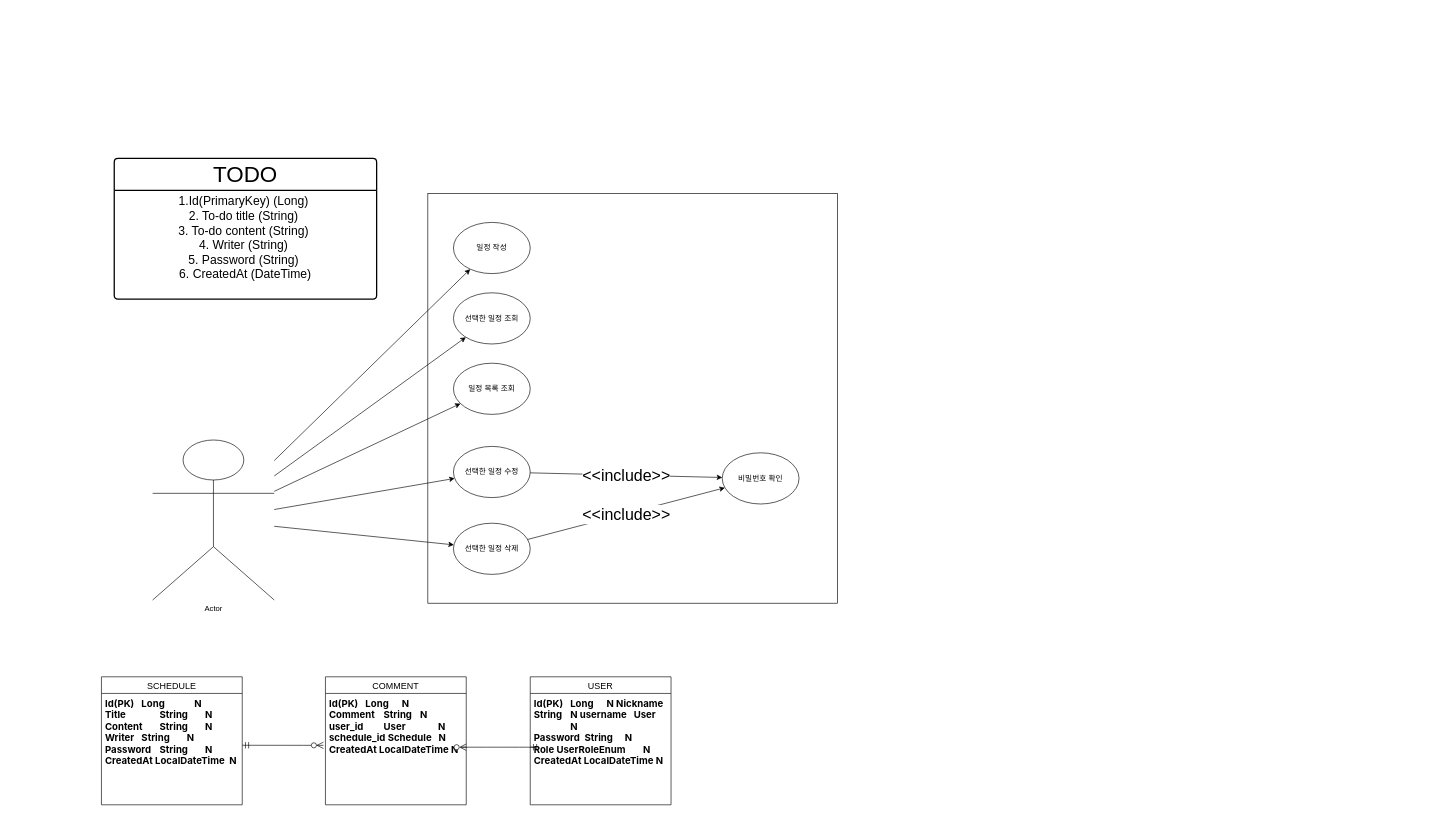
This is 제목 없는 다이어그램.drawio from harvey11010/todo, a draw.io file, before an edit. Source tidied: cells renumbered, new cells numbered last; positions are measured from the earlier drawing's top-left corner, leaving out a move shared by most shapes. Both pictures are drawn from the tidied source at 64%, with x=0, y=0 at pixel (101, 158).
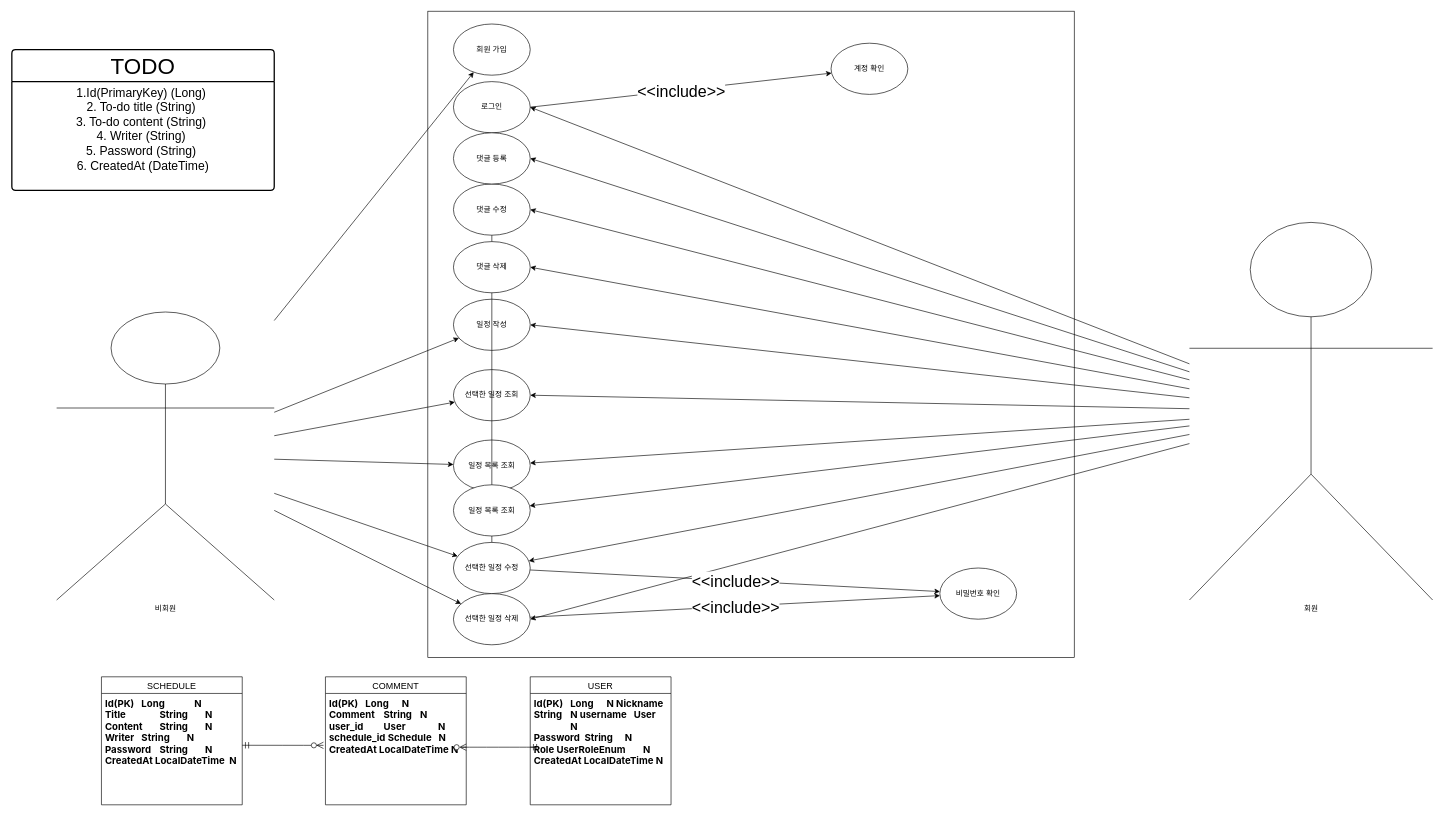
The same page after the edit.

Commit message:
제목 없는 다이어그램.drawio 업데이트

The change refers to these unchanged cells:
```xml
<mxCell id="18" style="endArrow=classic;html=1;rounded=0;" parent="1" edge="1" source="11" target="12">
  <mxGeometry relative="1" as="geometry" />
</mxCell>
```

Change to the diagram source:
```diff
@@
     <mxCell id="2" style="whiteSpace=wrap;html=1;" parent="1" vertex="1">
-      <mxGeometry x="510" y="55" width="640" height="640" as="geometry" />
+      <mxGeometry x="510" y="-230" width="1010" height="1010" as="geometry" />
     </mxCell>
     <mxCell id="3" value="&lt;font style=&quot;font-size: 35px;&quot;&gt;TODO&lt;/font&gt;" style="swimlane;horizontal=1;startSize=50;rounded=1;fontSize=14;fontStyle=0;strokeWidth=2;shadow=0;dashed=0;align=center;arcSize=4;whiteSpace=wrap;html=1;fontColor=default;" parent="1" vertex="1">
-      <mxGeometry x="20" width="410" height="220" as="geometry" />
+      <mxGeometry x="-140" y="-170" width="410" height="220" as="geometry" />
     </mxCell>
@@
-    <mxCell id="6" value="Actor" style="shape=umlActor;verticalLabelPosition=bottom;verticalAlign=top;html=1;outlineConnect=0;" parent="1" vertex="1">
-      <mxGeometry x="80" y="440" width="190" height="250" as="geometry" />
+    <mxCell id="6" value="비회원" style="shape=umlActor;verticalLabelPosition=bottom;verticalAlign=top;html=1;outlineConnect=0;" parent="1" vertex="1">
+      <mxGeometry x="-70" y="240" width="340" height="450" as="geometry" />
     </mxCell>
     <mxCell id="7" value="선택한 일정 조회" style="ellipse;whiteSpace=wrap;html=1;" parent="1" vertex="1">
-      <mxGeometry x="550" y="210" width="120" height="80" as="geometry" />
+      <mxGeometry x="550" y="330" width="120" height="80" as="geometry" />
     </mxCell>
     <mxCell id="8" value="일정 목록 조회" style="ellipse;whiteSpace=wrap;html=1;" parent="1" vertex="1">
-      <mxGeometry x="550" y="320" width="120" height="80" as="geometry" />
+      <mxGeometry x="550" y="440" width="120" height="80" as="geometry" />
     </mxCell>
     <mxCell id="9" value="일정 작성" style="ellipse;whiteSpace=wrap;html=1;" parent="1" vertex="1">
-      <mxGeometry x="550" y="100" width="120" height="80" as="geometry" />
+      <mxGeometry x="550" y="220" width="120" height="80" as="geometry" />
     </mxCell>
     <mxCell id="10" value="선택한 일정 삭제" style="ellipse;whiteSpace=wrap;html=1;" parent="1" vertex="1">
-      <mxGeometry x="550" y="570" width="120" height="80" as="geometry" />
+      <mxGeometry x="550" y="680" width="120" height="80" as="geometry" />
     </mxCell>
     <mxCell id="11" value="선택한 일정 수정" style="ellipse;whiteSpace=wrap;html=1;" parent="1" vertex="1">
-      <mxGeometry x="550" y="450" width="120" height="80" as="geometry" />
+      <mxGeometry x="550" y="600" width="120" height="80" as="geometry" />
     </mxCell>
-    <mxCell id="12" value="비밀번호 확인" style="ellipse;whiteSpace=wrap;html=1;" parent="1" vertex="1">
-      <mxGeometry x="970" y="460" width="120" height="80" as="geometry" />
+    <mxCell id="12" value="로그인" style="ellipse;whiteSpace=wrap;html=1;" parent="1" vertex="1">
+      <mxGeometry x="550" y="-120" width="120" height="80" as="geometry" />
     </mxCell>
@@
-    <mxCell id="19" value="&lt;font style=&quot;font-size: 25px;&quot;&gt;&amp;lt;&amp;lt;include&amp;gt;&amp;gt;&lt;/font&gt;" style="edgeLabel;html=1;align=center;verticalAlign=middle;" parent="18" vertex="1">
-      <mxGeometry relative="1" as="geometry" />
-    </mxCell>
-    <mxCell id="20" style="endArrow=classic;html=1;rounded=0;fontSize=12;" parent="1" edge="1" source="10" target="12">
-      <mxGeometry relative="1" as="geometry" />
-    </mxCell>
-    <mxCell id="21" value="&lt;font style=&quot;font-size: 25px;&quot;&gt;&amp;lt;&amp;lt;include&amp;gt;&amp;gt;&lt;/font&gt;" style="edgeLabel;html=1;align=center;verticalAlign=middle;" parent="20" vertex="1">
-      <mxGeometry relative="1" as="geometry" />
-    </mxCell>
@@
+    <mxCell id="30" value="회원" style="shape=umlActor;verticalLabelPosition=bottom;verticalAlign=top;html=1;outlineConnect=0;" parent="1" vertex="1">
+      <mxGeometry x="1700" y="100" width="380" height="590" as="geometry" />
+    </mxCell>
+    <mxCell id="31" value="댓글 수정" style="ellipse;whiteSpace=wrap;html=1;" parent="1" vertex="1">
+      <mxGeometry x="550" y="40" width="120" height="80" as="geometry" />
+    </mxCell>
+    <mxCell id="32" value="댓글 등록" style="ellipse;whiteSpace=wrap;html=1;" parent="1" vertex="1">
+      <mxGeometry x="550" y="-40" width="120" height="80" as="geometry" />
+    </mxCell>
+    <mxCell id="33" value="일정 목록 조회" style="ellipse;whiteSpace=wrap;html=1;" parent="1" vertex="1">
+      <mxGeometry x="550" y="510" width="120" height="80" as="geometry" />
+    </mxCell>
+    <mxCell id="34" value="회원 가입" style="ellipse;whiteSpace=wrap;html=1;" parent="1" vertex="1">
+      <mxGeometry x="550" y="-210" width="120" height="80" as="geometry" />
+    </mxCell>
+    <mxCell id="35" style="endArrow=classic;html=1;rounded=0;entryX=1;entryY=0.5;entryDx=0;entryDy=0;" parent="1" edge="1" source="30" target="36">
+      <mxGeometry relative="1" as="geometry" />
+    </mxCell>
+    <mxCell id="36" value="댓글 삭제" style="ellipse;whiteSpace=wrap;html=1;" parent="1" vertex="1">
+      <mxGeometry x="550" y="130" width="120" height="80" as="geometry" />
+    </mxCell>
+    <mxCell id="37" style="endArrow=classic;html=1;rounded=0;" parent="1" edge="1" source="6" target="34">
+      <mxGeometry relative="1" as="geometry" />
+    </mxCell>
+    <mxCell id="38" style="endArrow=classic;html=1;rounded=0;entryX=1;entryY=0.5;entryDx=0;entryDy=0;" parent="1" edge="1" source="30" target="12">
+      <mxGeometry relative="1" as="geometry" />
+    </mxCell>
+    <mxCell id="39" value="계정 확인" style="ellipse;whiteSpace=wrap;html=1;" parent="1" vertex="1">
+      <mxGeometry x="1140" y="-180" width="120" height="80" as="geometry" />
+    </mxCell>
+    <mxCell id="40" style="endArrow=classic;html=1;rounded=0;entryX=1;entryY=0.5;entryDx=0;entryDy=0;" parent="1" edge="1" source="30" target="32">
+      <mxGeometry relative="1" as="geometry" />
+    </mxCell>
+    <mxCell id="41" style="endArrow=classic;html=1;rounded=0;entryX=1;entryY=0.5;entryDx=0;entryDy=0;" parent="1" edge="1" source="30" target="31">
+      <mxGeometry relative="1" as="geometry" />
+    </mxCell>
+    <mxCell id="42" style="endArrow=classic;html=1;rounded=0;entryX=1;entryY=0.5;entryDx=0;entryDy=0;" parent="1" edge="1" source="30" target="9">
+      <mxGeometry relative="1" as="geometry" />
+    </mxCell>
+    <mxCell id="43" style="endArrow=classic;html=1;rounded=0;entryX=1;entryY=0.5;entryDx=0;entryDy=0;" parent="1" edge="1" source="30" target="7">
+      <mxGeometry relative="1" as="geometry" />
+    </mxCell>
+    <mxCell id="44" style="endArrow=classic;html=1;rounded=0;" parent="1" edge="1" source="30" target="8">
+      <mxGeometry relative="1" as="geometry" />
+    </mxCell>
+    <mxCell id="45" style="endArrow=classic;html=1;rounded=0;" parent="1" edge="1" source="30" target="33">
+      <mxGeometry relative="1" as="geometry" />
+    </mxCell>
+    <mxCell id="46" style="endArrow=classic;html=1;rounded=0;" parent="1" edge="1" source="30" target="11">
+      <mxGeometry relative="1" as="geometry" />
+    </mxCell>
+    <mxCell id="47" style="endArrow=classic;html=1;rounded=0;entryX=1;entryY=0.5;entryDx=0;entryDy=0;" parent="1" edge="1" source="30" target="10">
+      <mxGeometry relative="1" as="geometry" />
+    </mxCell>
+    <mxCell id="48" style="endArrow=classic;html=1;rounded=0;exitX=1;exitY=0.5;exitDx=0;exitDy=0;" parent="1" edge="1" source="12" target="39">
+      <mxGeometry relative="1" as="geometry" />
+    </mxCell>
+    <mxCell id="49" value="&lt;span style=&quot;font-size: 25px;&quot;&gt;&amp;lt;&amp;lt;include&amp;gt;&amp;gt;&lt;/span&gt;" style="edgeLabel;html=1;align=center;verticalAlign=middle;" parent="48" vertex="1">
+      <mxGeometry relative="1" as="geometry" />
+    </mxCell>
+    <mxCell id="50" style="endArrow=classic;html=1;rounded=0;" parent="1" edge="1" source="10" target="54">
+      <mxGeometry relative="1" as="geometry" />
+    </mxCell>
+    <mxCell id="51" value="&lt;span style=&quot;font-size: 25px;&quot;&gt;&amp;lt;&amp;lt;include&amp;gt;&amp;gt;&lt;/span&gt;" style="edgeLabel;html=1;align=center;verticalAlign=middle;" parent="50" vertex="1">
+      <mxGeometry relative="1" as="geometry" />
+    </mxCell>
+    <mxCell id="52" style="endArrow=classic;html=1;rounded=0;" parent="1" edge="1" source="11" target="54">
+      <mxGeometry relative="1" as="geometry" />
+    </mxCell>
+    <mxCell id="53" value="&lt;span style=&quot;font-size: 25px;&quot;&gt;&amp;lt;&amp;lt;include&amp;gt;&amp;gt;&lt;/span&gt;" style="edgeLabel;html=1;align=center;verticalAlign=middle;" parent="52" vertex="1">
+      <mxGeometry relative="1" as="geometry" />
+    </mxCell>
+    <mxCell id="54" value="비밀번호 확인" style="ellipse;whiteSpace=wrap;html=1;" parent="1" vertex="1">
+      <mxGeometry x="1310" y="640" width="120" height="80" as="geometry" />
+    </mxCell>
```
